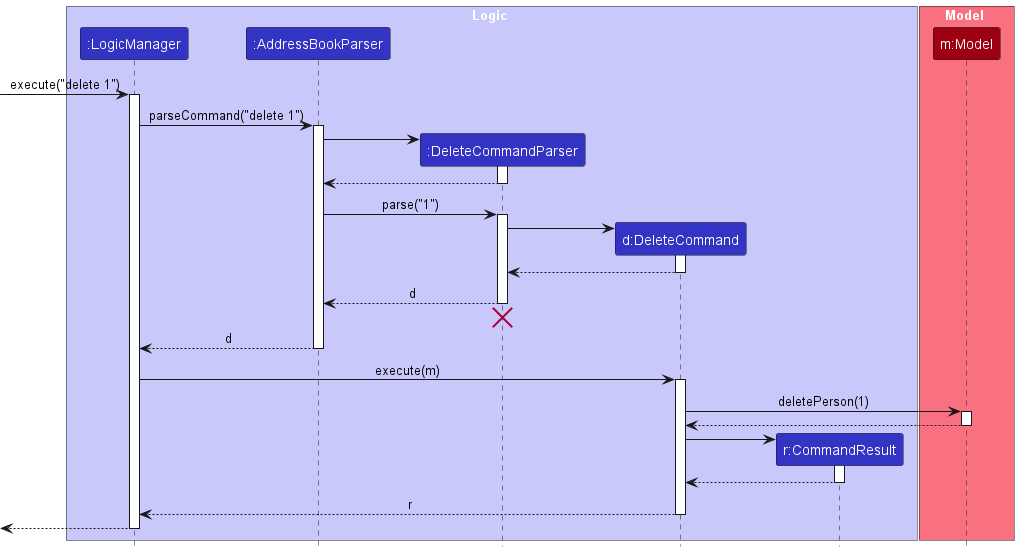
Earlier version of the PlantUML export docs/images/DeleteSequenceDiagram.png (nus-cs2103-AY2425S1/tp).
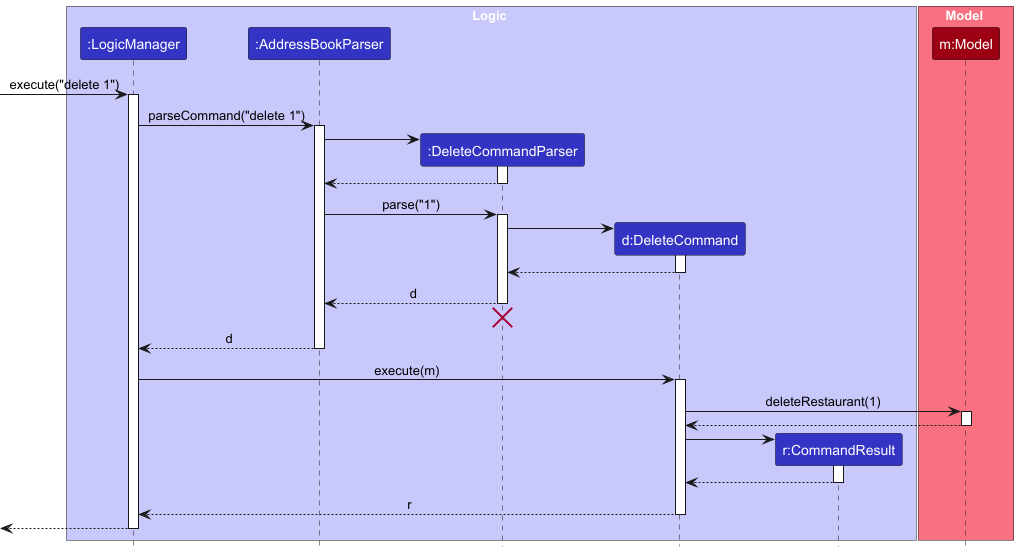
Above is the later version.

Diff of the diagram source:
```diff
@@ -48,7 +48,7 @@
 LogicManager -> DeleteCommand : execute(m)
 activate DeleteCommand
 
-DeleteCommand -> Model : deletePerson(1)
+DeleteCommand -> Model : deleteRestaurant(1)
 activate Model
 
 Model --> DeleteCommand
```
